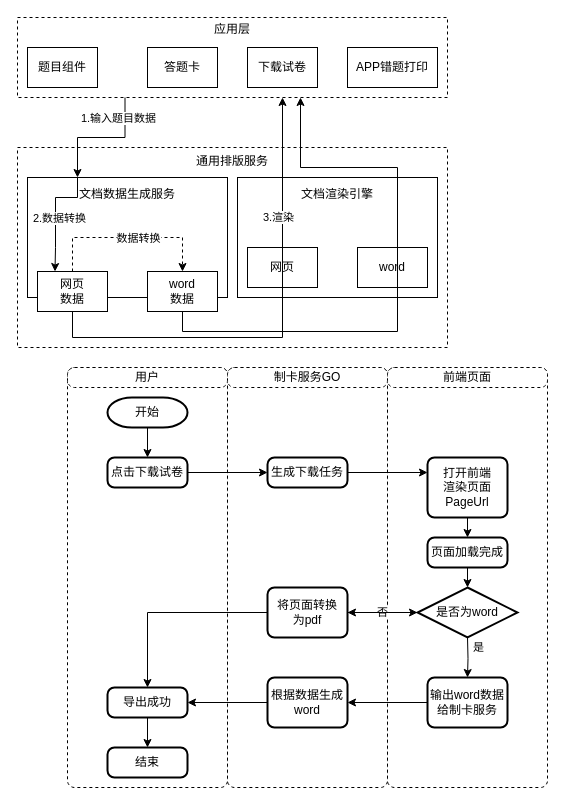
Earlier version of the draw.io diagram 通用排版规则-流程图.drawio (LeeGenD/draw.io). Source tidied: cells renumbered, new cells numbered last; positions are measured from the earlier drawing's top-left corner, leaving out a move shared by most shapes. Both pictures are drawn from the tidied source at 100%, with x=0, y=0 at pixel (17, 17).
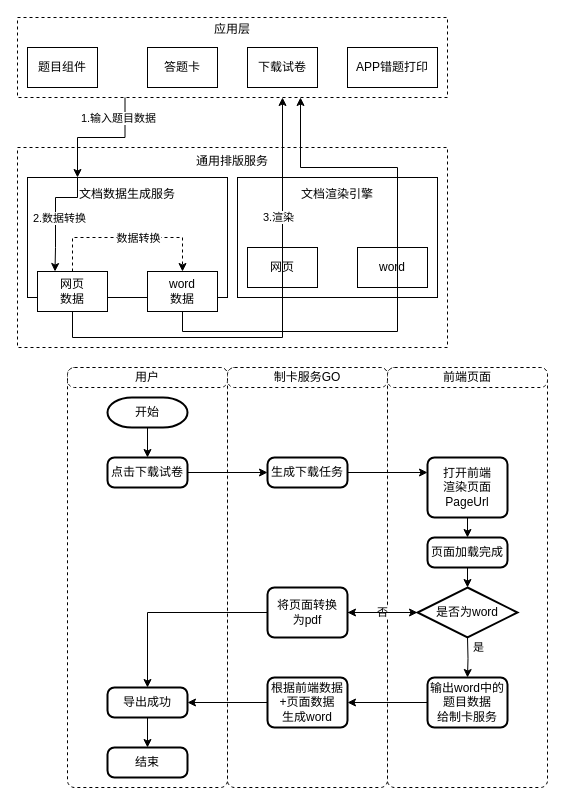
The same page after the edit.

Commit message:
更新通用排版规则-流程图.drawio

Diff of the diagram source:
```diff
@@
-    <mxCell id="39" value="输出word数据&lt;br&gt;给制卡服务" style="rounded=1;whiteSpace=wrap;html=1;absoluteArcSize=1;arcSize=14;strokeWidth=2;" parent="1" vertex="1">
+    <mxCell id="39" value="输出word中的题目数据&lt;br&gt;给制卡服务" style="rounded=1;whiteSpace=wrap;html=1;absoluteArcSize=1;arcSize=14;strokeWidth=2;" parent="1" vertex="1">
       <mxGeometry x="410" y="660" width="80" height="50" as="geometry" />
     </mxCell>
@@
-    <mxCell id="43" value="根据数据生成word" style="rounded=1;whiteSpace=wrap;html=1;absoluteArcSize=1;arcSize=14;strokeWidth=2;" parent="1" vertex="1">
+    <mxCell id="43" value="根据前端数据+页面数据&lt;br&gt;生成word" style="rounded=1;whiteSpace=wrap;html=1;absoluteArcSize=1;arcSize=14;strokeWidth=2;" parent="1" vertex="1">
       <mxGeometry x="250" y="660" width="80" height="50" as="geometry" />
     </mxCell>
```
